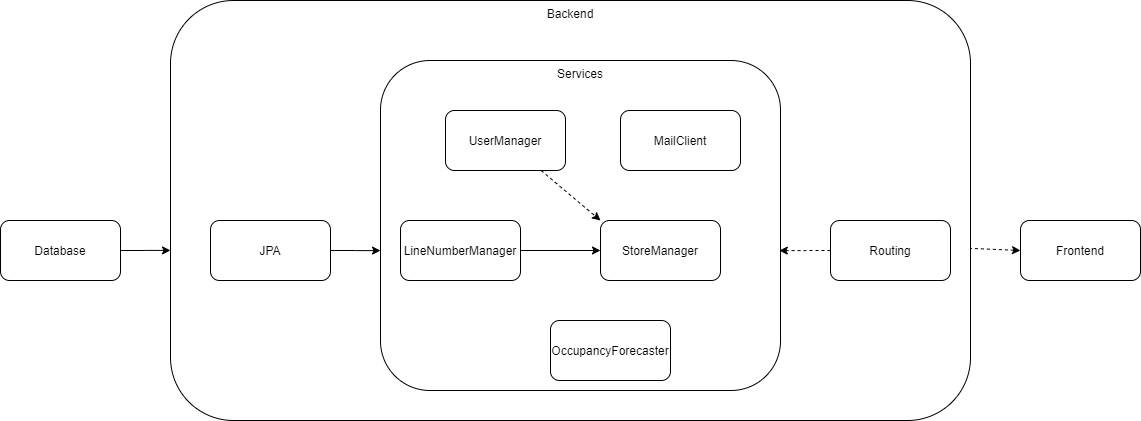
Above: DD/Images/IntegrationAndTestingPlan/Summary.png in Furcanzo/BurattiIncesuluHrvoj (draw.io), before the change. Source tidied: cells renumbered, new cells last; positions are measured from the earlier drawing's top-left corner, leaving out a move shared by most shapes. The source it was exported from:
```xml
<mxGraphModel>
  <root>
    <mxCell id="0" />
    <mxCell id="1" parent="0" />
    <mxCell id="2" style="edgeStyle=none;rounded=0;jettySize=auto;html=1;entryX=0;entryY=0.5;entryDx=0;entryDy=0;dashed=1;exitX=0.998;exitY=0.59;exitDx=0;exitDy=0;exitPerimeter=0;" parent="1" edge="1" source="3" target="4">
      <mxGeometry relative="1" as="geometry" />
    </mxCell>
    <mxCell id="3" value="Backend" style="rounded=1;whiteSpace=wrap;html=1;verticalAlign=top;" parent="1" vertex="1">
      <mxGeometry x="170" width="800" height="420" as="geometry" />
    </mxCell>
    <mxCell id="4" value="Frontend" style="rounded=1;whiteSpace=wrap;html=1;" parent="1" vertex="1">
      <mxGeometry x="1020" y="220" width="120" height="60" as="geometry" />
    </mxCell>
    <mxCell id="5" style="edgeStyle=orthogonalEdgeStyle;rounded=0;jettySize=auto;html=1;entryX=0;entryY=0.595;entryDx=0;entryDy=0;entryPerimeter=0;" parent="1" edge="1" source="6" target="3">
      <mxGeometry relative="1" as="geometry" />
    </mxCell>
    <mxCell id="6" value="Database" style="rounded=1;whiteSpace=wrap;html=1;" parent="1" vertex="1">
      <mxGeometry y="220" width="120" height="60" as="geometry" />
    </mxCell>
    <mxCell id="7" style="edgeStyle=orthogonalEdgeStyle;rounded=0;jettySize=auto;html=1;entryX=0;entryY=0.576;entryDx=0;entryDy=0;entryPerimeter=0;" parent="1" edge="1" source="8" target="11">
      <mxGeometry relative="1" as="geometry" />
    </mxCell>
    <mxCell id="8" value="JPA" style="rounded=1;whiteSpace=wrap;html=1;" parent="1" vertex="1">
      <mxGeometry x="210" y="220" width="120" height="60" as="geometry" />
    </mxCell>
    <mxCell id="9" style="edgeStyle=orthogonalEdgeStyle;rounded=0;jettySize=auto;html=1;entryX=0.997;entryY=0.576;entryDx=0;entryDy=0;entryPerimeter=0;dashed=1;" parent="1" edge="1" source="10" target="11">
      <mxGeometry relative="1" as="geometry" />
    </mxCell>
    <mxCell id="10" value="Routing" style="rounded=1;whiteSpace=wrap;html=1;" parent="1" vertex="1">
      <mxGeometry x="830" y="220" width="120" height="60" as="geometry" />
    </mxCell>
    <mxCell id="11" value="Services" style="rounded=1;whiteSpace=wrap;html=1;verticalAlign=top;" parent="1" vertex="1">
      <mxGeometry x="380" y="60" width="400" height="330" as="geometry" />
    </mxCell>
    <mxCell id="12" style="edgeStyle=none;rounded=0;jettySize=auto;html=1;entryX=0;entryY=0;entryDx=0;entryDy=0;dashed=1;" parent="1" edge="1" source="13" target="17">
      <mxGeometry relative="1" as="geometry" />
    </mxCell>
    <mxCell id="13" value="UserManager" style="rounded=1;whiteSpace=wrap;html=1;" parent="1" vertex="1">
      <mxGeometry x="445" y="110" width="120" height="60" as="geometry" />
    </mxCell>
    <mxCell id="14" value="OccupancyForecaster" style="rounded=1;whiteSpace=wrap;html=1;" parent="1" vertex="1">
      <mxGeometry x="550" y="320" width="120" height="60" as="geometry" />
    </mxCell>
    <mxCell id="15" style="rounded=0;jettySize=auto;html=1;entryX=0;entryY=0.5;entryDx=0;entryDy=0;" parent="1" edge="1" source="16" target="17">
      <mxGeometry relative="1" as="geometry" />
    </mxCell>
    <mxCell id="16" value="LineNumberManager" style="rounded=1;whiteSpace=wrap;html=1;" parent="1" vertex="1">
      <mxGeometry x="400" y="220" width="120" height="60" as="geometry" />
    </mxCell>
    <mxCell id="17" value="StoreManager" style="rounded=1;whiteSpace=wrap;html=1;" parent="1" vertex="1">
      <mxGeometry x="600" y="220" width="120" height="60" as="geometry" />
    </mxCell>
    <mxCell id="18" value="MailClient" style="rounded=1;whiteSpace=wrap;html=1;" parent="1" vertex="1">
      <mxGeometry x="620" y="110" width="120" height="60" as="geometry" />
    </mxCell>
  </root>
</mxGraphModel>
```
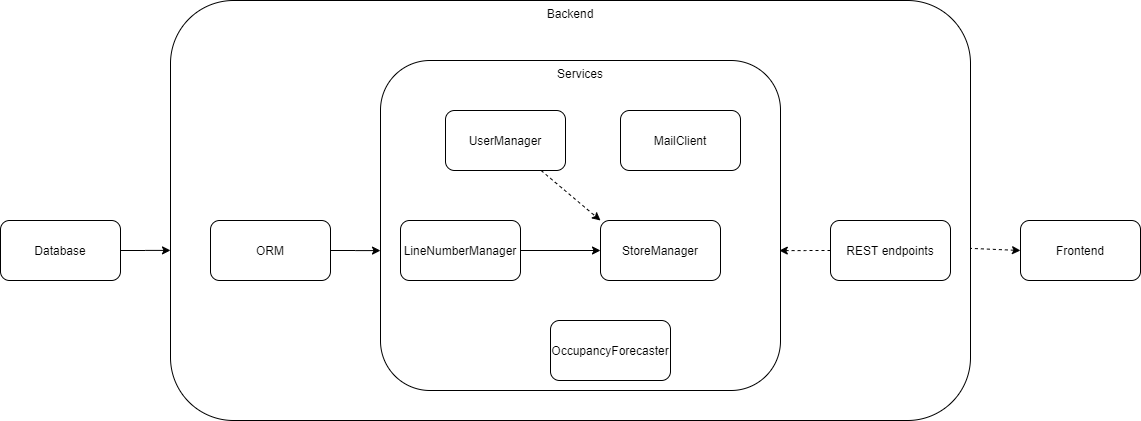
Later version of the same file.

What changed in the source:
```diff
@@ -20,13 +20,13 @@
     <mxCell id="7" style="edgeStyle=orthogonalEdgeStyle;rounded=0;jettySize=auto;html=1;entryX=0;entryY=0.576;entryDx=0;entryDy=0;entryPerimeter=0;" parent="1" edge="1" source="8" target="11">
       <mxGeometry relative="1" as="geometry" />
     </mxCell>
-    <mxCell id="8" value="JPA" style="rounded=1;whiteSpace=wrap;html=1;" parent="1" vertex="1">
+    <mxCell id="8" value="ORM" style="rounded=1;whiteSpace=wrap;html=1;" parent="1" vertex="1">
       <mxGeometry x="210" y="220" width="120" height="60" as="geometry" />
     </mxCell>
     <mxCell id="9" style="edgeStyle=orthogonalEdgeStyle;rounded=0;jettySize=auto;html=1;entryX=0.997;entryY=0.576;entryDx=0;entryDy=0;entryPerimeter=0;dashed=1;" parent="1" edge="1" source="10" target="11">
       <mxGeometry relative="1" as="geometry" />
     </mxCell>
-    <mxCell id="10" value="Routing" style="rounded=1;whiteSpace=wrap;html=1;" parent="1" vertex="1">
+    <mxCell id="10" value="REST endpoints" style="rounded=1;whiteSpace=wrap;html=1;" parent="1" vertex="1">
       <mxGeometry x="830" y="220" width="120" height="60" as="geometry" />
     </mxCell>
     <mxCell id="11" value="Services" style="rounded=1;whiteSpace=wrap;html=1;verticalAlign=top;" parent="1" vertex="1">
```
